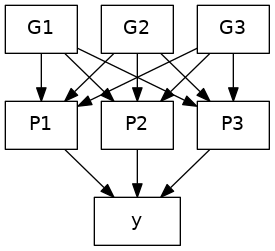
Before: docs/rsid/grViz.png, a diagram exported from Graphviz (jinghuazhao/INF). Its source is kept beside it as docs/rsid/grViz.gv. The source it was exported from:
```dot
digraph PGS {
  graph [overlap = true, fontsize = 10]
  node [shape = box, fontname = Helvetica]
  G1; G2; G3; P1; P2; P3

  node [shape = box,  fixedsize = true,  width = 0.9]
  y

  G1->P1 G1->P2 G1->P3
  G2->P1 G2->P2 G2->P3
  G3->P1 G3->P2 G3->P3
  P1->y P2->y P3->y
}
```
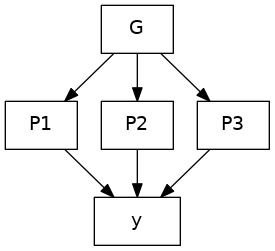
Above is the later version.

What changed in the source:
```diff
@@ -1,13 +1,11 @@
 digraph PGS {
   graph [overlap = true, fontsize = 10]
   node [shape = box, fontname = Helvetica]
-  G1; G2; G3; P1; P2; P3
+  G; P1; P2; P3
 
   node [shape = box,  fixedsize = true,  width = 0.9]
   y
 
-  G1->P1 G1->P2 G1->P3
-  G2->P1 G2->P2 G2->P3
-  G3->P1 G3->P2 G3->P3
+  G->P1 G->P2 G->P3
   P1->y P2->y P3->y
 }
```
